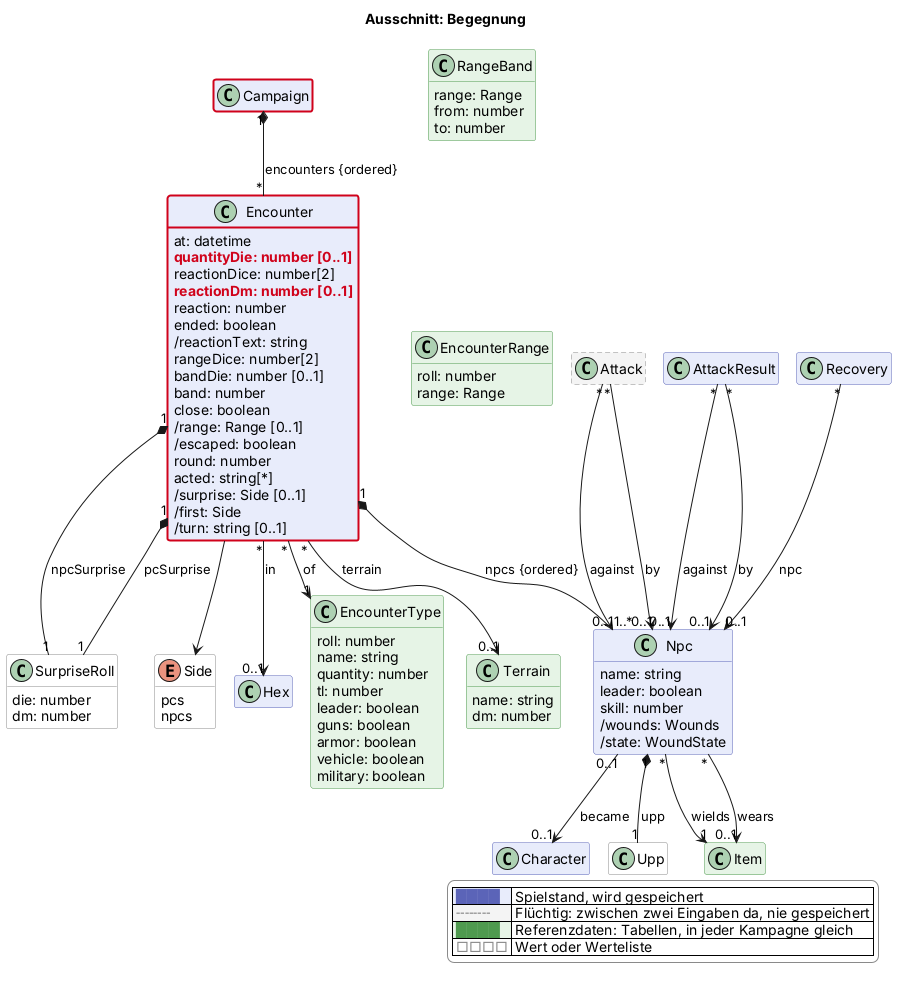
The PlantUML diagram docs/views/begegnung.png in scuzzar/SRE, before a commit.
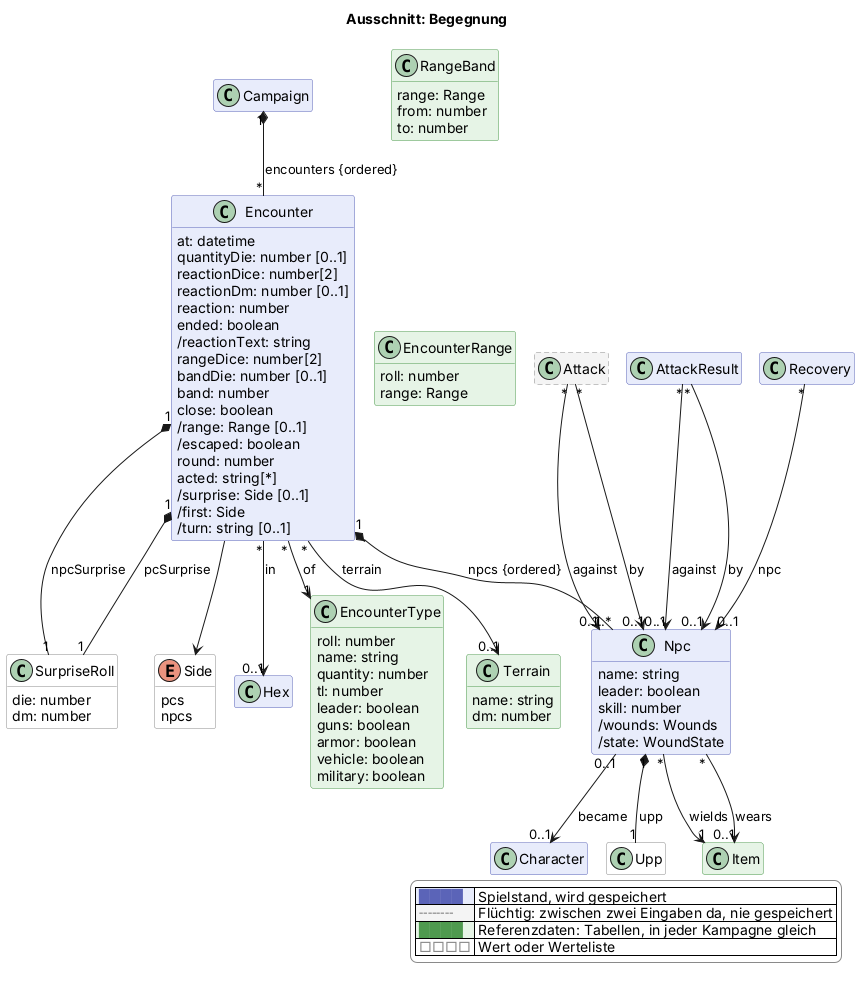
Later version of the same file.

The edit, as a diff of the source:
```diff
@@ -73,9 +73,9 @@
   class Recovery $kampf
   class Encounter $begegnung {
     at: datetime
-    $new("2026-11-06", "quantityDie: number [0..1]")
+    quantityDie: number [0..1]
     reactionDice: number[2]
-    $new("2026-11-06", "reactionDm: number [0..1]")
+    reactionDm: number [0..1]
     reaction: number
     ended: boolean
     /reactionText: string
@@ -170,6 +170,4 @@
   |<#e6f4e6> <color:#4f9a4f>████</color> | Referenzdaten: Tabellen, in jeder Kampagne gleich |
   |<#ffffff> <color:#8a8a8a>□□□□</color> | Wert oder Werteliste |
 endlegend
-class Campaign #line:d0021b;line.bold
-class Encounter #line:d0021b;line.bold
 @enduml
```
